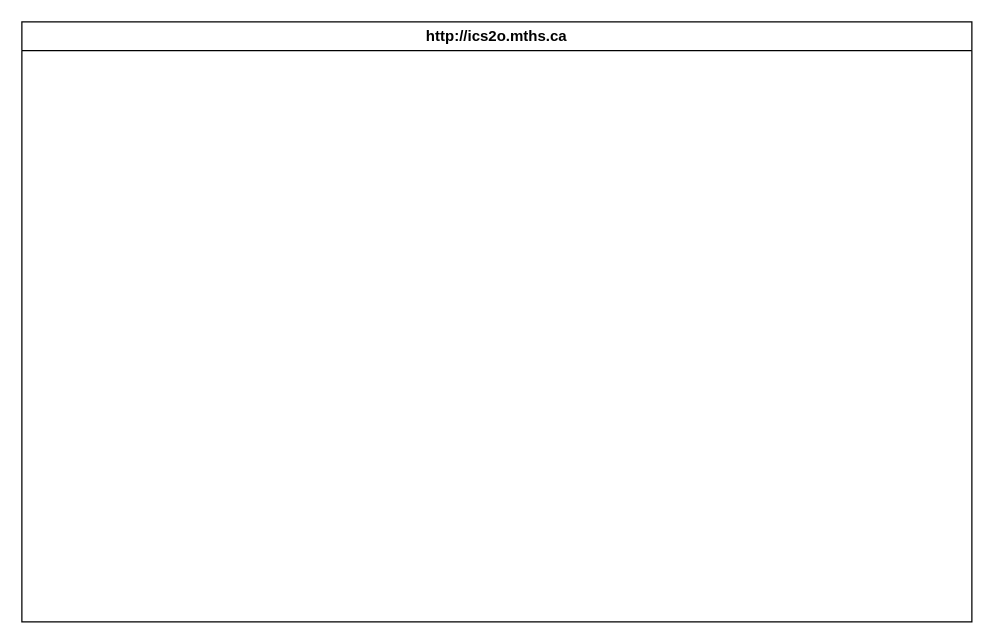
MTHS-ICD2O-1-2023/ICD2O-Unit-3-02-Adam-Batiuk keeps this draw.io diagram as design/storyboard.drawio. Above is the earlier version. Source tidied: cells renumbered, new cells numbered last; positions are measured from the earlier drawing's top-left corner, leaving out a move shared by most shapes. Both pictures are drawn from the tidied source at 125%, with x=0, y=0 at pixel (21, 21). Pictures stored in the file or linked from it are replaced by grey dashed boxes.
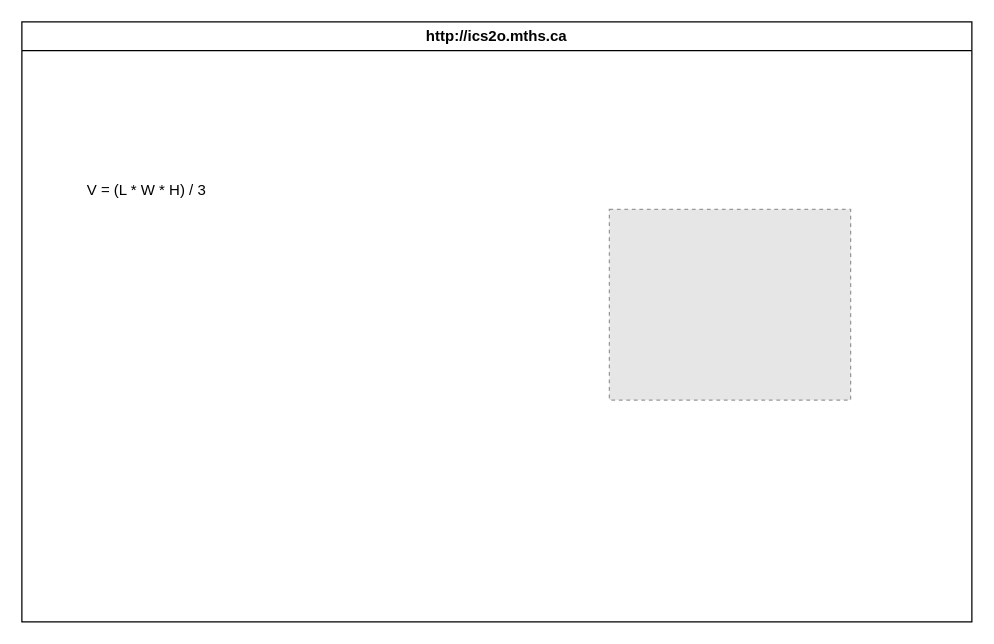
The same diagram, later.

Diff of the diagram source:
```diff
@@
 <mxGraphModel>
   <root>
     <mxCell id="0" />
     <mxCell id="1" parent="0" />
     <mxCell id="2" value="http://ics2o.mths.ca" style="swimlane;whiteSpace=wrap;html=1;" parent="1" vertex="1">
       <mxGeometry width="760" height="480" as="geometry" />
     </mxCell>
+    <mxCell id="3" style="fillColor=#E6E6E6;strokeColor=#999999;dashed=1;verticalLabelPosition=bottom;verticalAlign=top;" parent="2" vertex="1">
+      <mxGeometry x="470" y="150" width="193" height="152.6" as="geometry" />
+    </mxCell>
+    <mxCell id="4" value="V = (L * W * H) / 3" style="text;html=1;strokeColor=none;fillColor=none;align=center;verticalAlign=middle;whiteSpace=wrap;rounded=0;" parent="2" vertex="1">
+      <mxGeometry x="40" y="120" width="120" height="30" as="geometry" />
+    </mxCell>
   </root>
 </mxGraphModel>
```
